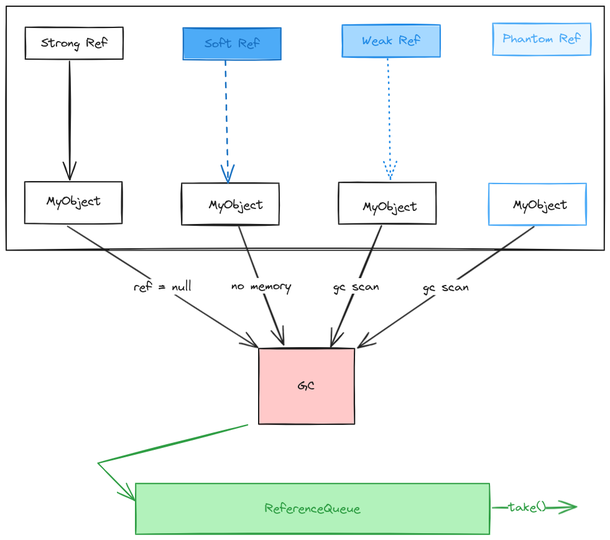
The Excalidraw diagram source/1-Java/Java-Base/1-Java-Base.excalidraw.png in lighkLife/wiki, before a commit. Source tidied: one line per element, renumbered; positions are measured from the earlier drawing's top-left corner, leaving out a move shared by most shapes.
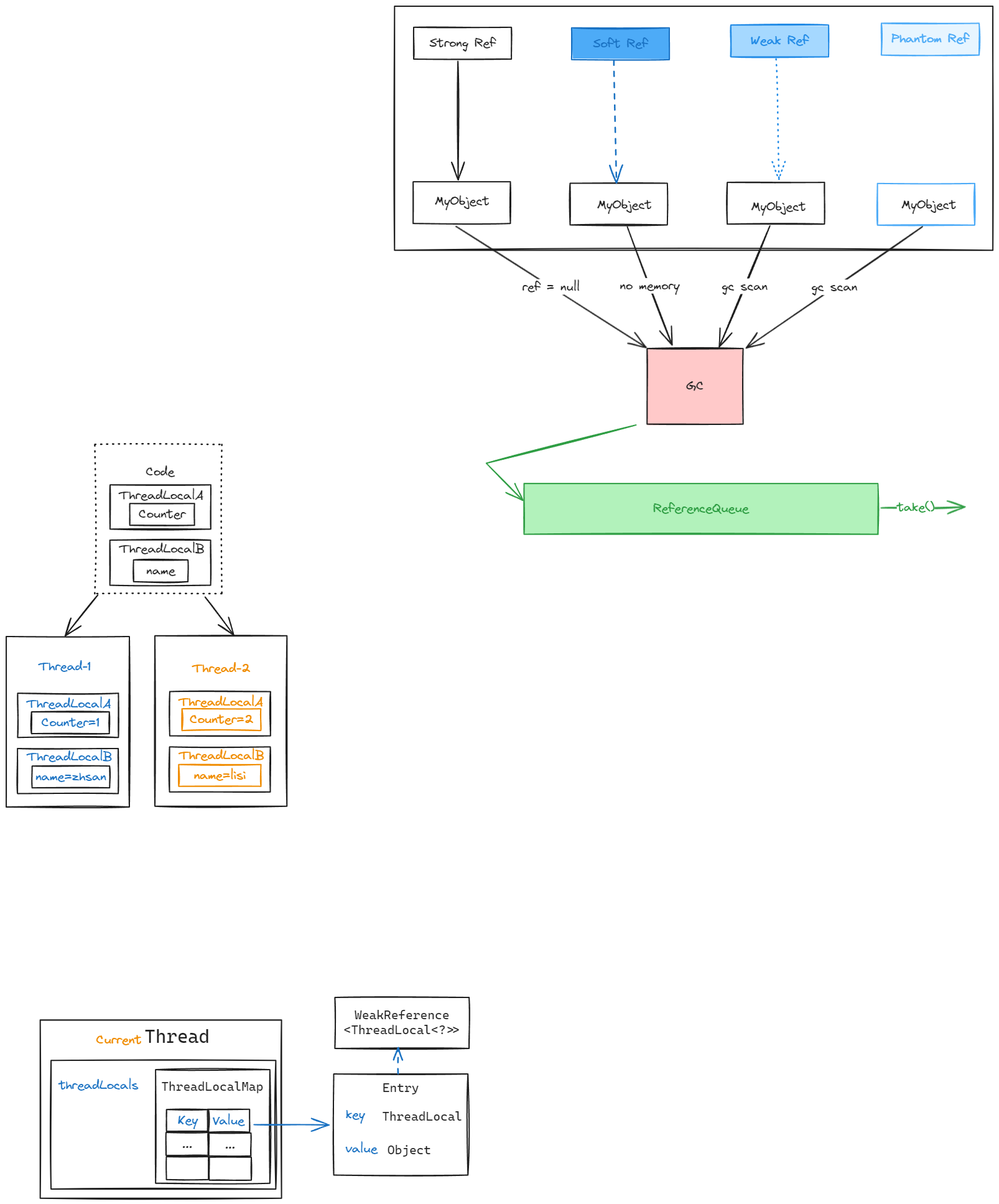
The same diagram one commit later.

Commit message:
Java:ThreadLocal

Change to the diagram source:
```diff
@@ -33,3 +33,62 @@
 {"id": 32, "type": "arrow", "strokeColor": "#2f9e44", "backgroundColor": "#b2f2bb", "fillStyle": "solid", "strokeWidth": 2, "roughness": 1, "endArrowhead": "arrow", "from": 20, "to": 30, "x": 388, "y": 673, "width": 241, "height": 121, "points": [[0, 0], [-241, 61], [-182, 121]]}
 {"id": 33, "type": "arrow", "strokeColor": "#2f9e44", "backgroundColor": "#b2f2bb", "fillStyle": "solid", "strokeWidth": 2, "roughness": 1, "endArrowhead": "arrow", "from": 30, "x": 782, "y": 806, "width": 135, "height": 2, "points": [[0, 0], [56, 0], [135, -2]]}
 {"id": 34, "type": "text", "text": "take()", "strokeColor": "#2f9e44", "backgroundColor": "#b2f2bb", "fillStyle": "solid", "strokeWidth": 2, "roughness": 1, "fontSize": 20, "fontFamily": 1, "textAlign": "center", "verticalAlign": "middle", "inside": 33, "x": 807, "y": 793, "width": 60, "height": 25}
+{"id": 35, "type": "rectangle", "strokeColor": "#1e1e1e", "strokeWidth": 2, "roughness": 1, "x": -624, "y": 1013, "width": 198, "height": 274}
+{"id": 36, "type": "rectangle", "strokeColor": "#1e1e1e", "strokeWidth": 2, "roughness": 1, "x": -385, "y": 1012, "width": 212, "height": 274}
+{"id": 37, "type": "text", "text": "Thread-1", "strokeColor": "#1971c2", "strokeWidth": 2, "roughness": 1, "fontSize": 20, "fontFamily": 1, "x": -572, "y": 1049, "width": 84, "height": 25}
+{"id": 38, "type": "text", "text": "Thread-2", "strokeColor": "#f08c00", "strokeWidth": 2, "roughness": 1, "fontSize": 20, "fontFamily": 1, "x": -325, "y": 1052, "width": 93, "height": 25}
+{"id": 39, "type": "rectangle", "strokeColor": "#1e1e1e", "strokeWidth": 2, "roughness": 1, "x": -457, "y": 769, "width": 162, "height": 71}
+{"id": 40, "type": "rectangle", "strokeColor": "#1e1e1e", "strokeWidth": 2, "roughness": 1, "x": -458, "y": 858, "width": 162, "height": 72}
+{"id": 41, "type": "rectangle", "strokeColor": "#1e1e1e", "strokeWidth": 2, "strokeStyle": "dotted", "roughness": 1, "x": -482, "y": 704, "width": 204, "height": 240}
+{"id": 42, "type": "text", "text": "Code", "strokeColor": "#1e1e1e", "strokeWidth": 2, "strokeStyle": "dotted", "roughness": 1, "fontSize": 20, "fontFamily": 1, "x": -400, "y": 736, "width": 46, "height": 25}
+{"id": 43, "type": "arrow", "strokeColor": "#1e1e1e", "strokeWidth": 2, "roughness": 1, "endArrowhead": "arrow", "from": 41, "to": 35, "x": -477, "y": 946, "width": 52, "height": 66, "points": [[0, 0], [-52, 66]]}
+{"id": 44, "type": "arrow", "strokeColor": "#1e1e1e", "strokeWidth": 2, "roughness": 1, "endArrowhead": "arrow", "from": 41, "to": 36, "x": -305, "y": 950, "width": 46, "height": 61, "points": [[0, 0], [46, 61]]}
+{"id": 45, "type": "text", "text": "ThreadLocalA", "strokeColor": "#1e1e1e", "strokeWidth": 2, "roughness": 1, "fontSize": 20, "fontFamily": 1, "x": -443, "y": 774, "width": 135, "height": 25}
+{"id": 46, "type": "rectangle", "strokeColor": "#1e1e1e", "strokeWidth": 2, "roughness": 1, "x": -426, "y": 799, "width": 104, "height": 35}
+{"id": 47, "type": "text", "text": "Counter", "strokeColor": "#1e1e1e", "strokeWidth": 2, "roughness": 1, "fontSize": 20, "fontFamily": 1, "textAlign": "center", "verticalAlign": "middle", "inside": 46, "x": -411, "y": 804, "width": 75, "height": 25}
+{"id": 48, "type": "text", "text": "ThreadLocalB", "strokeColor": "#1e1e1e", "strokeWidth": 2, "roughness": 1, "fontSize": 20, "fontFamily": 1, "x": -442, "y": 860, "width": 136, "height": 25}
+{"id": 49, "type": "rectangle", "strokeColor": "#1e1e1e", "strokeWidth": 2, "roughness": 1, "x": -420, "y": 890, "width": 87, "height": 35}
+{"id": 50, "type": "text", "text": "name", "strokeColor": "#1e1e1e", "strokeWidth": 2, "roughness": 1, "fontSize": 20, "fontFamily": 1, "textAlign": "center", "verticalAlign": "middle", "inside": 49, "x": -399, "y": 895, "width": 46, "height": 25}
+{"id": 51, "type": "rectangle", "strokeColor": "#1e1e1e", "strokeWidth": 2, "roughness": 1, "x": -606, "y": 1104, "width": 162, "height": 71}
+{"id": 52, "type": "rectangle", "strokeColor": "#1e1e1e", "strokeWidth": 2, "roughness": 1, "x": -606, "y": 1193, "width": 162, "height": 72}
+{"id": 53, "type": "text", "text": "ThreadLocalA", "strokeColor": "#1971c2", "strokeWidth": 2, "roughness": 1, "fontSize": 20, "fontFamily": 1, "x": -591, "y": 1109, "width": 135, "height": 25}
+{"id": 54, "type": "rectangle", "strokeColor": "#1e1e1e", "strokeWidth": 2, "roughness": 1, "x": -584, "y": 1134, "width": 125, "height": 35}
+{"id": 55, "type": "text", "text": "Counter=1", "strokeColor": "#1971c2", "strokeWidth": 2, "roughness": 1, "fontSize": 20, "fontFamily": 1, "textAlign": "center", "verticalAlign": "middle", "inside": 54, "x": -568, "y": 1139, "width": 93, "height": 25}
+{"id": 56, "type": "text", "text": "ThreadLocalB", "strokeColor": "#1971c2", "strokeWidth": 2, "roughness": 1, "fontSize": 20, "fontFamily": 1, "x": -591, "y": 1194, "width": 136, "height": 25}
+{"id": 57, "type": "rectangle", "strokeColor": "#1e1e1e", "strokeWidth": 2, "roughness": 1, "x": -583, "y": 1221, "width": 125, "height": 35}
+{"id": 58, "type": "text", "text": "name=zhsan", "strokeColor": "#1971c2", "strokeWidth": 2, "roughness": 1, "fontSize": 20, "fontFamily": 1, "textAlign": "center", "verticalAlign": "middle", "inside": 57, "x": -577, "y": 1226, "width": 113, "height": 25}
+{"id": 59, "type": "rectangle", "strokeColor": "#1e1e1e", "strokeWidth": 2, "roughness": 1, "x": -361, "y": 1101, "width": 162, "height": 71}
+{"id": 60, "type": "rectangle", "strokeColor": "#1e1e1e", "strokeWidth": 2, "roughness": 1, "x": -362, "y": 1190, "width": 162, "height": 72}
+{"id": 61, "type": "text", "text": "ThreadLocalA", "strokeColor": "#f08c00", "strokeWidth": 2, "roughness": 1, "fontSize": 20, "fontFamily": 1, "x": -347, "y": 1106, "width": 135, "height": 25}
+{"id": 62, "type": "rectangle", "strokeColor": "#f08c00", "strokeWidth": 2, "roughness": 1, "x": -342, "y": 1129, "width": 127, "height": 35}
+{"id": 63, "type": "text", "text": "Counter=2", "strokeColor": "#f08c00", "strokeWidth": 2, "roughness": 1, "fontSize": 20, "fontFamily": 1, "textAlign": "center", "verticalAlign": "middle", "inside": 62, "x": -329, "y": 1134, "width": 102, "height": 25}
+{"id": 64, "type": "text", "text": "ThreadLocalB", "strokeColor": "#f08c00", "strokeWidth": 2, "roughness": 1, "fontSize": 20, "fontFamily": 1, "x": -346, "y": 1192, "width": 136, "height": 25}
+{"id": 65, "type": "rectangle", "strokeColor": "#f08c00", "strokeWidth": 2, "roughness": 1, "x": -347, "y": 1219, "width": 132, "height": 35}
+{"id": 66, "type": "text", "text": "name=lisi", "strokeColor": "#f08c00", "strokeWidth": 2, "roughness": 1, "fontSize": 20, "fontFamily": 1, "textAlign": "center", "verticalAlign": "middle", "inside": 65, "x": -323, "y": 1224, "width": 83, "height": 25}
+{"id": 67, "type": "rectangle", "strokeColor": "#1e1e1e", "strokeWidth": 2, "roughness": 1, "x": -570, "y": 1629, "width": 388, "height": 286}
+{"id": 68, "type": "text", "text": "Thread", "strokeColor": "#1e1e1e", "strokeWidth": 2, "roughness": 1, "fontSize": 29.74, "fontFamily": 3, "x": -402, "y": 1638, "width": 105, "height": 36}
+{"id": 69, "type": "rectangle", "strokeColor": "#1e1e1e", "strokeWidth": 2, "roughness": 1, "x": -552, "y": 1694, "width": 361, "height": 207}
+{"id": 70, "type": "text", "text": "Current", "strokeColor": "#f08c00", "strokeWidth": 2, "roughness": 1, "fontSize": 20, "fontFamily": 1, "x": -480, "y": 1649, "width": 73, "height": 25}
+{"id": 71, "type": "text", "text": "threadLocals", "strokeColor": "#1971c2", "strokeWidth": 2, "roughness": 1, "fontSize": 20, "fontFamily": 1, "x": -540, "y": 1722, "width": 128, "height": 25}
+{"id": 72, "type": "rectangle", "strokeColor": "#1e1e1e", "strokeWidth": 2, "roughness": 1, "x": -384, "y": 1709, "width": 184, "height": 183}
+{"id": 73, "type": "text", "text": "ThreadLocalMap ", "strokeColor": "#1e1e1e", "strokeWidth": 2, "roughness": 1, "fontSize": 20, "fontFamily": 3, "x": -375, "y": 1725, "width": 176, "height": 24}
+{"id": 74, "type": "rectangle", "strokeColor": "#1e1e1e", "strokeWidth": 2, "roughness": 1, "x": -367, "y": 1773, "width": 68, "height": 35}
+{"id": 75, "type": "text", "text": "Key", "strokeColor": "#1971c2", "strokeWidth": 2, "roughness": 1, "fontSize": 20, "fontFamily": 1, "textAlign": "center", "verticalAlign": "middle", "inside": 74, "x": -349, "y": 1778, "width": 33, "height": 25}
+{"id": 76, "type": "rectangle", "strokeColor": "#1e1e1e", "strokeWidth": 2, "roughness": 1, "x": -301, "y": 1773, "width": 68, "height": 37}
+{"id": 77, "type": "text", "text": "Value", "strokeColor": "#1971c2", "strokeWidth": 2, "roughness": 1, "fontSize": 20, "fontFamily": 1, "textAlign": "center", "verticalAlign": "middle", "inside": 76, "x": -293, "y": 1779, "width": 51, "height": 25}
+{"id": 78, "type": "rectangle", "strokeColor": "#1e1e1e", "strokeWidth": 2, "roughness": 1, "x": -367, "y": 1810, "width": 68, "height": 37}
+{"id": 79, "type": "text", "text": "...", "strokeColor": "#1e1e1e", "strokeWidth": 2, "roughness": 1, "fontSize": 20, "fontFamily": 1, "textAlign": "center", "verticalAlign": "middle", "inside": 78, "x": -342, "y": 1816, "width": 16, "height": 25}
+{"id": 80, "type": "rectangle", "strokeColor": "#1e1e1e", "strokeWidth": 2, "roughness": 1, "x": -298, "y": 1811, "width": 68, "height": 37}
+{"id": 81, "type": "text", "text": "...", "strokeColor": "#1e1e1e", "strokeWidth": 2, "roughness": 1, "fontSize": 20, "fontFamily": 1, "textAlign": "center", "verticalAlign": "middle", "inside": 80, "x": -273, "y": 1817, "width": 16, "height": 25}
+{"id": 82, "type": "rectangle", "strokeColor": "#1e1e1e", "strokeWidth": 2, "roughness": 1, "x": -367, "y": 1849, "width": 68, "height": 37}
+{"id": 83, "type": "rectangle", "strokeColor": "#1e1e1e", "strokeWidth": 2, "roughness": 1, "x": -298, "y": 1850, "width": 68, "height": 37}
+{"id": 84, "type": "arrow", "strokeColor": "#1971c2", "strokeWidth": 2, "roughness": 1, "endArrowhead": "arrow", "from": 80, "to": 87, "x": -226, "y": 1797, "width": 121, "height": 1, "points": [[0, 0], [121, 1]]}
+{"id": 85, "type": "rectangle", "strokeColor": "#1e1e1e", "strokeWidth": 2, "roughness": 1, "x": -96, "y": 1593, "width": 216, "height": 82}
+{"id": 86, "type": "text", "text": "WeakReference\n<ThreadLocal<?>>", "strokeColor": "#1e1e1e", "strokeWidth": 2, "roughness": 1, "fontSize": 20, "fontFamily": 3, "textAlign": "center", "verticalAlign": "middle", "inside": 85, "x": -82, "y": 1610, "width": 188, "height": 48}
+{"id": 87, "type": "rectangle", "strokeColor": "#1e1e1e", "strokeWidth": 2, "roughness": 1, "x": -98, "y": 1716, "width": 216, "height": 163}
+{"id": 88, "type": "text", "text": "Entry", "strokeColor": "#1e1e1e", "strokeWidth": 2, "roughness": 1, "fontSize": 20, "fontFamily": 3, "x": -19, "y": 1727, "width": 59, "height": 24}
+{"id": 89, "type": "text", "text": "key", "strokeColor": "#1971c2", "strokeWidth": 2, "roughness": 1, "fontSize": 20, "fontFamily": 1, "x": -78, "y": 1769, "width": 30, "height": 25}
+{"id": 90, "type": "text", "text": "value", "strokeColor": "#1971c2", "strokeWidth": 2, "roughness": 1, "fontSize": 20, "fontFamily": 1, "x": -79, "y": 1824, "width": 51, "height": 25}
+{"id": 91, "type": "text", "text": "ThreadLocal", "strokeColor": "#1e1e1e", "strokeWidth": 2, "roughness": 1, "fontSize": 20, "fontFamily": 3, "x": -20, "y": 1773, "width": 129, "height": 24}
+{"id": 92, "type": "text", "text": "Object", "strokeColor": "#1e1e1e", "strokeWidth": 2, "roughness": 1, "fontSize": 20, "fontFamily": 3, "x": -12, "y": 1827, "width": 70, "height": 24}
+{"id": 93, "type": "arrow", "strokeColor": "#1971c2", "strokeWidth": 2, "strokeStyle": "dashed", "roughness": 1, "endArrowhead": "arrow", "from": 88, "x": 6, "y": 1716, "width": 0, "height": 42, "points": [[0, 0], [0, -42]]}
```
